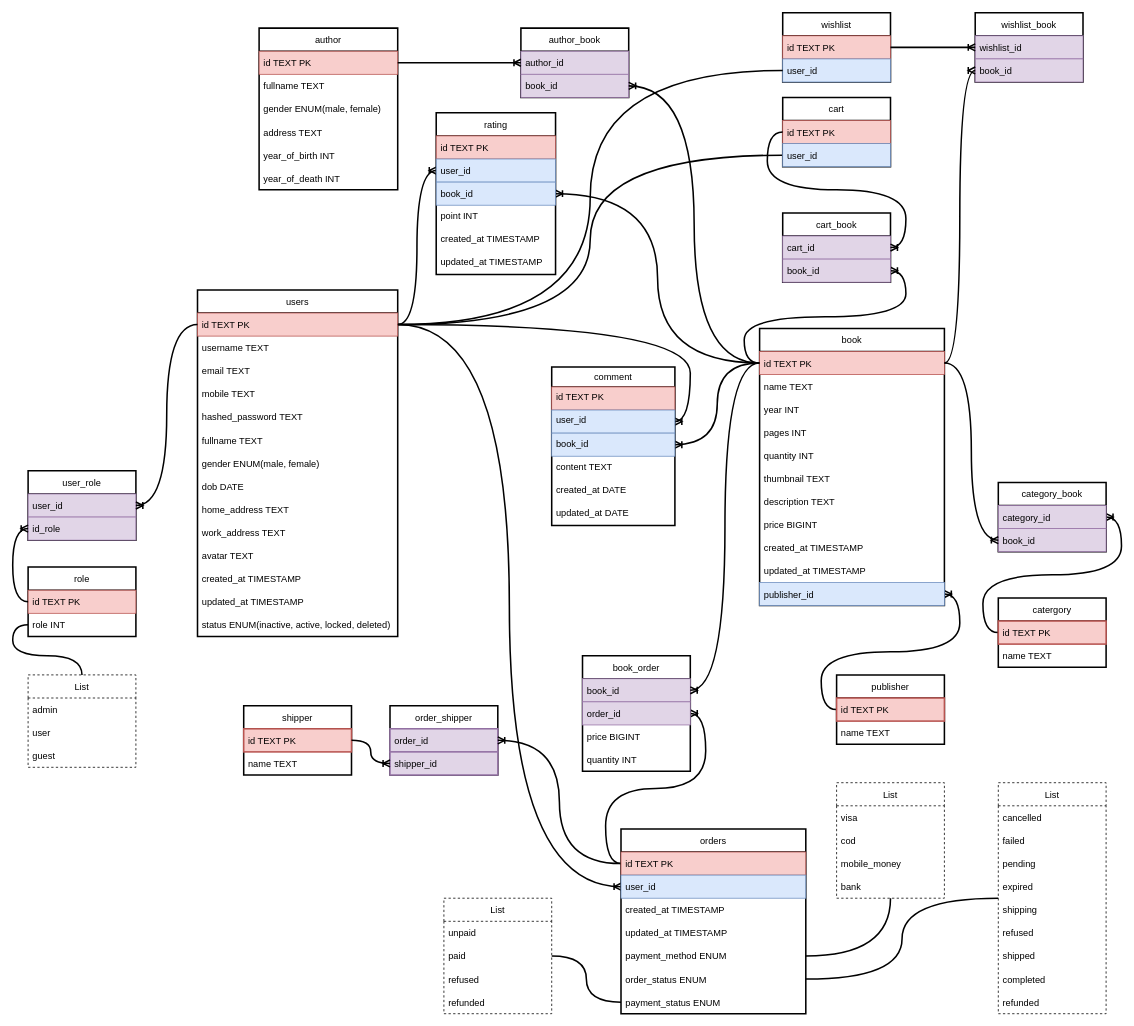
The draw.io diagram database-design/database-design.drawio in theduonghn/Techmaster-Java-Project, before the edit. Source tidied: cells renumbered, new cells numbered last; positions are measured from the earlier drawing's top-left corner, leaving out a move shared by most shapes. Both pictures are drawn from the tidied source at 77%, with x=0, y=0 at pixel (28, 12).
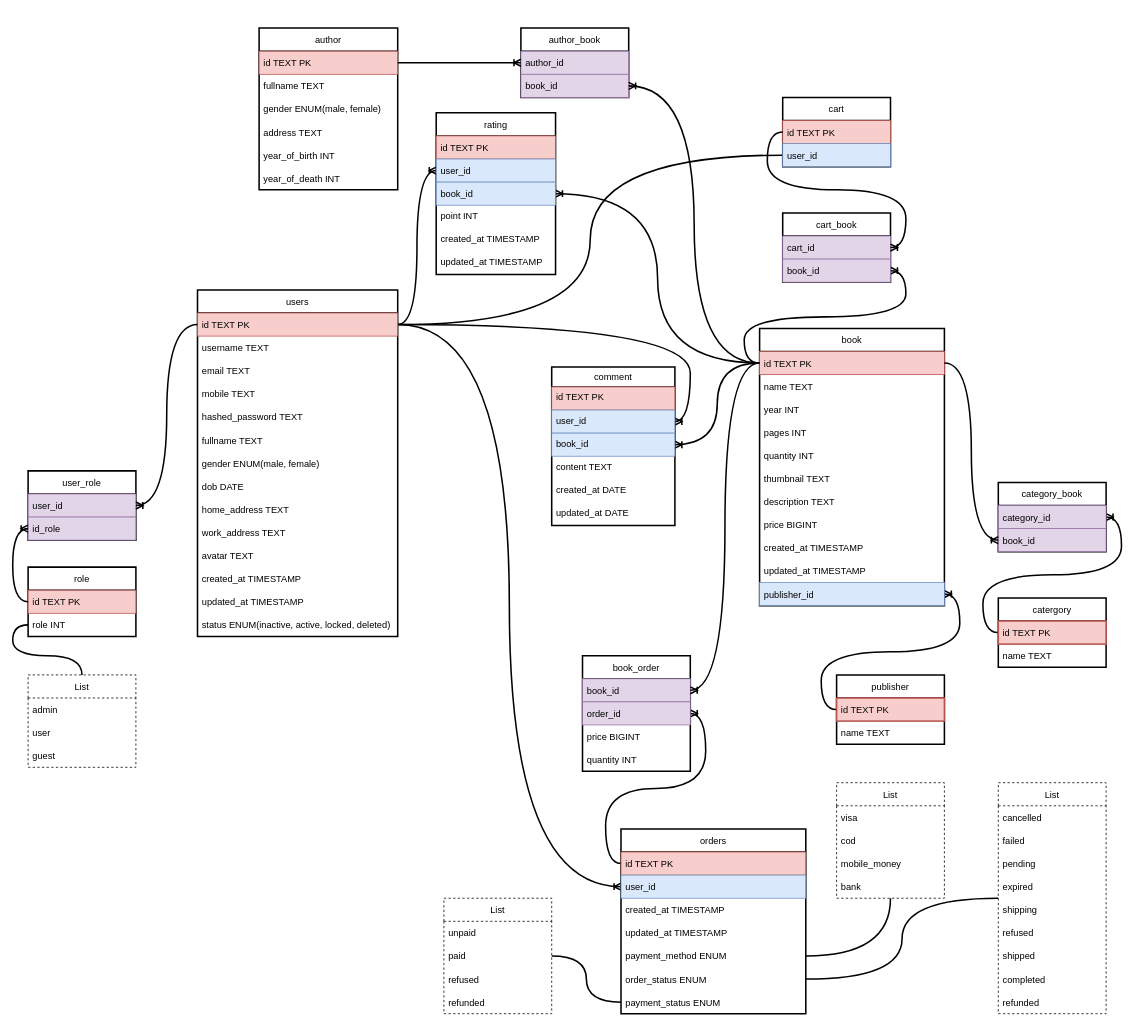
The same page after the edit.

Commit message (it also covers changes not shown here):
Remove wishlist and shipper

Unchanged cells that the change refers to:
```xml
<mxCell id="38" value="id TEXT PK" style="text;strokeColor=#b85450;fillColor=#f8cecc;align=left;verticalAlign=middle;spacingLeft=4;spacingRight=4;overflow=hidden;points=[[0,0.5],[1,0.5]];portConstraint=eastwest;labelBackgroundColor=none;rounded=0;" parent="37" vertex="1">
  <mxGeometry y="30" width="260" height="30" as="geometry" />
</mxCell>
<mxCell id="76" value="id TEXT PK" style="text;strokeColor=#b85450;fillColor=#f8cecc;align=left;verticalAlign=middle;spacingLeft=4;spacingRight=4;overflow=hidden;points=[[0,0.5],[1,0.5]];portConstraint=eastwest;rounded=0;" parent="75" vertex="1">
  <mxGeometry y="30" width="240" height="30" as="geometry" />
</mxCell>
<mxCell id="84" value="id TEXT PK" style="text;strokeColor=#b85450;fillColor=#f8cecc;align=left;verticalAlign=middle;spacingLeft=4;spacingRight=4;overflow=hidden;points=[[0,0.5],[1,0.5]];portConstraint=eastwest;rounded=0;" parent="83" vertex="1">
  <mxGeometry y="30" width="240" height="30" as="geometry" />
</mxCell>
```

Change to the diagram source:
```diff
@@
-    <mxCell id="57" value="shipper" style="swimlane;fontStyle=0;horizontal=1;startSize=30;strokeColor=default;strokeWidth=2;rounded=0;" parent="1" vertex="1">
-      <mxGeometry x="280" y="900" width="140" height="90" as="geometry" />
-    </mxCell>
-    <mxCell id="58" value="id TEXT PK" style="text;strokeColor=#b85450;fillColor=#f8cecc;align=left;verticalAlign=middle;spacingLeft=4;spacingRight=4;overflow=hidden;points=[[0,0.5],[1,0.5]];portConstraint=eastwest;strokeWidth=2;rounded=0;" parent="57" vertex="1">
-      <mxGeometry y="30" width="140" height="30" as="geometry" />
-    </mxCell>
-    <mxCell id="59" value="name TEXT" style="text;strokeColor=none;fillColor=none;align=left;verticalAlign=middle;spacingLeft=4;spacingRight=4;overflow=hidden;strokeWidth=2;rounded=0;" parent="57" vertex="1">
-      <mxGeometry y="60" width="140" height="30" as="geometry" />
-    </mxCell>
@@
-    <mxCell id="70" value="order_shipper" style="swimlane;fontStyle=0;horizontal=1;startSize=30;strokeWidth=2;rounded=0;" parent="1" vertex="1">
-      <mxGeometry x="470" y="900" width="140" height="90" as="geometry" />
-    </mxCell>
-    <mxCell id="71" value="order_id" style="text;strokeColor=#9673a6;fillColor=#e1d5e7;align=left;verticalAlign=middle;spacingLeft=4;spacingRight=4;overflow=hidden;points=[[0,0.5],[1,0.5]];portConstraint=eastwest;strokeWidth=2;rounded=0;" parent="70" vertex="1">
-      <mxGeometry y="30" width="140" height="30" as="geometry" />
-    </mxCell>
-    <mxCell id="72" value="shipper_id" style="text;strokeColor=#9673a6;fillColor=#e1d5e7;align=left;verticalAlign=middle;spacingLeft=4;spacingRight=4;overflow=hidden;points=[[0,0.5],[1,0.5]];portConstraint=eastwest;strokeWidth=2;rounded=0;" parent="70" vertex="1">
-      <mxGeometry y="60" width="140" height="30" as="geometry" />
-    </mxCell>
-    <mxCell id="73" style="edgeStyle=orthogonalEdgeStyle;jumpStyle=gap;jettySize=auto;html=1;startArrow=none;startFill=0;endArrow=ERoneToMany;endFill=0;strokeWidth=2;rounded=0;curved=1;" parent="1" edge="1" source="76" target="71">
-      <mxGeometry relative="1" as="geometry" />
-    </mxCell>
-    <mxCell id="74" style="edgeStyle=orthogonalEdgeStyle;jumpStyle=gap;jettySize=auto;html=1;startArrow=none;startFill=0;endArrow=ERoneToMany;endFill=0;strokeWidth=2;rounded=0;curved=1;" parent="1" edge="1" source="58" target="72">
-      <mxGeometry relative="1" as="geometry" />
-    </mxCell>
@@
-    <mxCell id="113" value="wishlist" style="swimlane;fontStyle=0;horizontal=1;startSize=30;labelBackgroundColor=none;strokeColor=default;strokeWidth=2;fillColor=none;rounded=0;" parent="1" vertex="1">
-      <mxGeometry x="980" width="140" height="90" as="geometry" />
-    </mxCell>
-    <mxCell id="114" value="id TEXT PK" style="text;strokeColor=#b85450;fillColor=#f8cecc;align=left;verticalAlign=middle;spacingLeft=4;spacingRight=4;overflow=hidden;points=[[0,0.5],[1,0.5]];portConstraint=eastwest;labelBackgroundColor=none;rounded=0;" parent="113" vertex="1">
-      <mxGeometry y="30" width="140" height="30" as="geometry" />
-    </mxCell>
-    <mxCell id="115" value="user_id" style="text;strokeColor=#6c8ebf;fillColor=#dae8fc;align=left;verticalAlign=middle;spacingLeft=4;spacingRight=4;overflow=hidden;points=[[0,0.5],[1,0.5]];portConstraint=eastwest;labelBackgroundColor=none;rounded=0;" parent="113" vertex="1">
-      <mxGeometry y="60" width="140" height="30" as="geometry" />
-    </mxCell>
-    <mxCell id="116" style="edgeStyle=orthogonalEdgeStyle;jumpStyle=gap;jettySize=auto;html=1;startArrow=none;startFill=0;endArrow=none;endFill=0;strokeWidth=2;rounded=0;curved=1;" parent="1" edge="1" source="38" target="115">
-      <mxGeometry relative="1" as="geometry" />
-    </mxCell>
-    <mxCell id="117" value="wishlist_book" style="swimlane;fontStyle=0;horizontal=1;startSize=30;labelBackgroundColor=none;strokeWidth=2;rounded=0;" parent="1" vertex="1">
-      <mxGeometry x="1230" width="140" height="90" as="geometry" />
-    </mxCell>
-    <mxCell id="118" value="wishlist_id" style="text;strokeColor=#9673a6;fillColor=#e1d5e7;align=left;verticalAlign=middle;spacingLeft=4;spacingRight=4;overflow=hidden;points=[[0,0.5],[1,0.5]];portConstraint=eastwest;labelBackgroundColor=none;rounded=0;" parent="117" vertex="1">
-      <mxGeometry y="30" width="140" height="30" as="geometry" />
-    </mxCell>
-    <mxCell id="119" value="book_id" style="text;strokeColor=#9673a6;fillColor=#e1d5e7;align=left;verticalAlign=middle;spacingLeft=4;spacingRight=4;overflow=hidden;points=[[0,0.5],[1,0.5]];portConstraint=eastwest;labelBackgroundColor=none;rounded=0;" parent="117" vertex="1">
-      <mxGeometry y="60" width="140" height="30" as="geometry" />
-    </mxCell>
-    <mxCell id="120" style="edgeStyle=orthogonalEdgeStyle;jumpStyle=gap;jettySize=auto;html=1;startArrow=none;startFill=0;endArrow=ERoneToMany;endFill=0;strokeWidth=2;rounded=0;curved=1;" parent="1" edge="1" source="114" target="118">
-      <mxGeometry relative="1" as="geometry" />
-    </mxCell>
-    <mxCell id="121" style="edgeStyle=orthogonalEdgeStyle;jumpStyle=gap;jettySize=auto;html=1;startArrow=none;startFill=0;endArrow=ERoneToMany;endFill=0;strokeWidth=2;rounded=0;curved=1;" parent="1" edge="1" source="84" target="119">
-      <mxGeometry relative="1" as="geometry" />
-    </mxCell>
```
